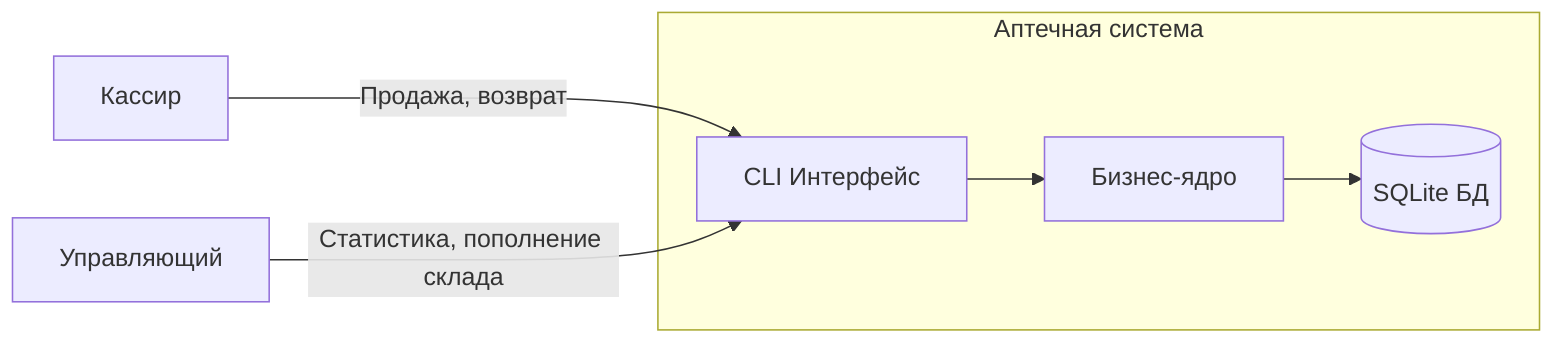
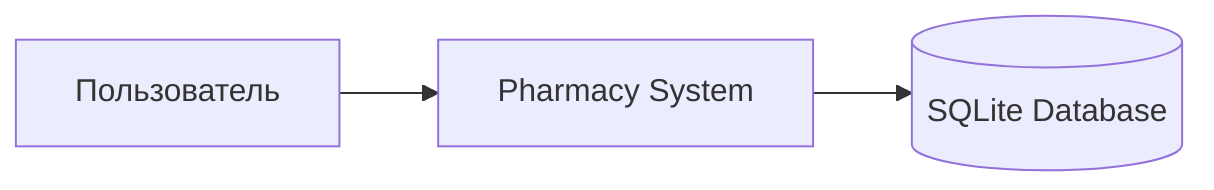
flowchart LR
-     Cashier[Кассир]
-     Manager[Управляющий]
+     User[Пользователь]
+     System[Pharmacy System]
+     DB[(SQLite Database)]

-     subgraph PharmacySystem[Аптечная система]
-         CLI[CLI Интерфейс]
-         Core[Бизнес-ядро]
-         DB[(SQLite БД)]
-     end
- 
-     Cashier -->|Продажа, возврат| CLI
-     Manager -->|Статистика, пополнение склада| CLI
-     CLI --> Core
-     Core --> DB
+     User --> System
+     System --> DB
